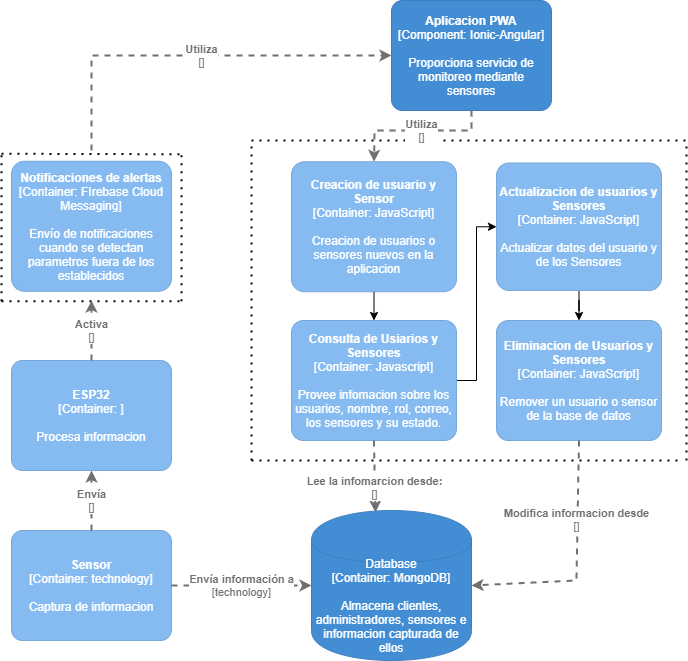
abraham22rodriguez/AnalisisAvanzadoDeSoftware_AbrahamRodriguez keeps this draw.io diagram as images/DiagramaComponentes.drawio.png. Above is the earlier version. Source tidied: cells renumbered, new cells last; positions are measured from the earlier drawing's top-left corner, leaving out a move shared by most shapes.
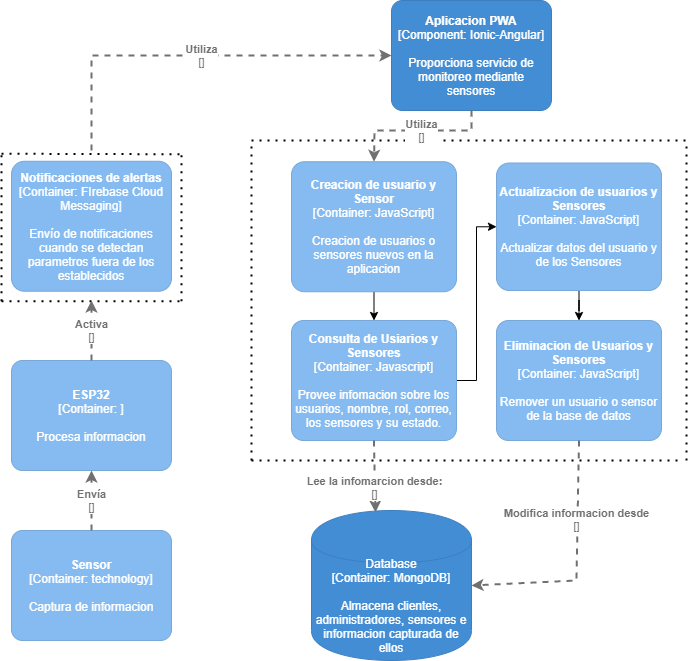
Above is the later version.

The edit, as a diff of the source:
```diff
@@ -140,11 +140,6 @@
         <mxGeometry x="10" y="530" width="160" height="110" as="geometry" />
       </mxCell>
     </object>
-    <object id="26" label="&lt;div style=&quot;text-align: left&quot;&gt;&lt;div style=&quot;text-align: center&quot;&gt;&lt;b&gt;%c4Description%&lt;/b&gt;&lt;/div&gt;&lt;div style=&quot;text-align: center&quot;&gt;[%c4Technology%]&lt;/div&gt;&lt;/div&gt;" c4Description="Envía información a" c4Technology="technology" c4Type="Relationship" placeholders="1">
-      <mxCell style="edgeStyle=none;rounded=0;html=1;entryX=0;entryY=0.5;jettySize=auto;strokeColor=#707070;strokeWidth=2;fontColor=#707070;jumpStyle=none;dashed=1;metaData={&quot;c4Type&quot;:{&quot;editable&quot;:false}};entryDx=0;entryDy=0;entryPerimeter=0;exitX=1;exitY=0.5;exitDx=0;exitDy=0;exitPerimeter=0;" parent="1" edge="1" source="25" target="6">
-        <mxGeometry relative="1" as="geometry" />
-      </mxCell>
-    </object>
     <object id="27" label="&lt;div style=&quot;text-align: left&quot;&gt;&lt;div style=&quot;text-align: center&quot;&gt;&lt;b&gt;%c4Description%&lt;/b&gt;&lt;/div&gt;&lt;div style=&quot;text-align: center&quot;&gt;[%c4Technology%]&lt;/div&gt;&lt;/div&gt;" c4Description="Activa" c4Technology="" c4Type="Relationship" placeholders="1">
       <mxCell style="edgeStyle=none;rounded=0;html=1;jettySize=auto;strokeColor=#707070;strokeWidth=2;fontColor=#707070;jumpStyle=none;dashed=1;metaData={&quot;c4Type&quot;:{&quot;editable&quot;:false}};exitX=0.5;exitY=0;exitDx=0;exitDy=0;exitPerimeter=0;" parent="1" edge="1" source="24">
         <mxGeometry relative="1" as="geometry">
```
